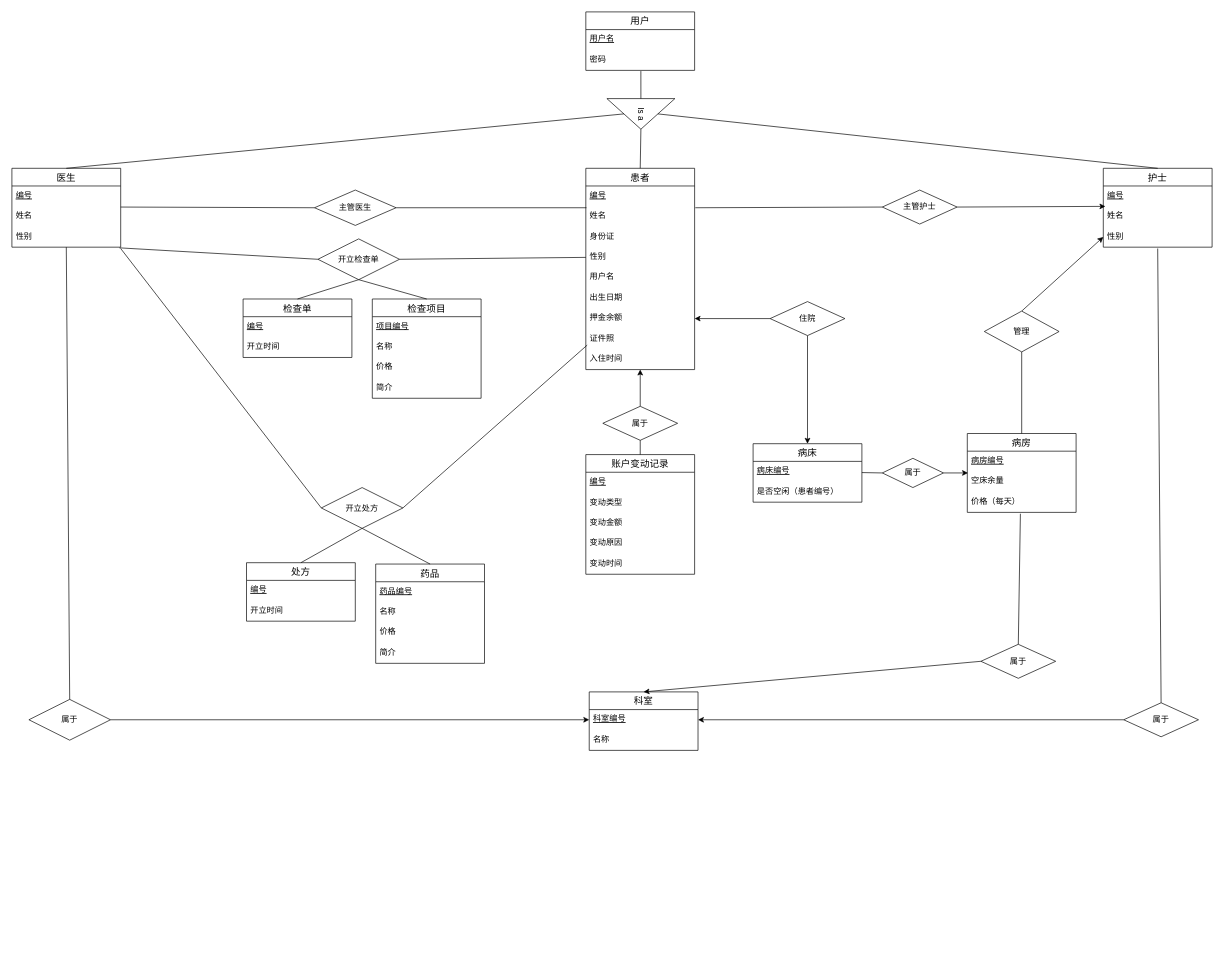
Above: Untitled Diagram.drawio in Zhiwuyazhe1/hello-world (draw.io), before the change. Source tidied: cells renumbered, new cells numbered last; positions are measured from the earlier drawing's top-left corner, leaving out a move shared by most shapes. Both pictures are drawn from the tidied source at 68%, with x=0, y=0 at pixel (12, 12).
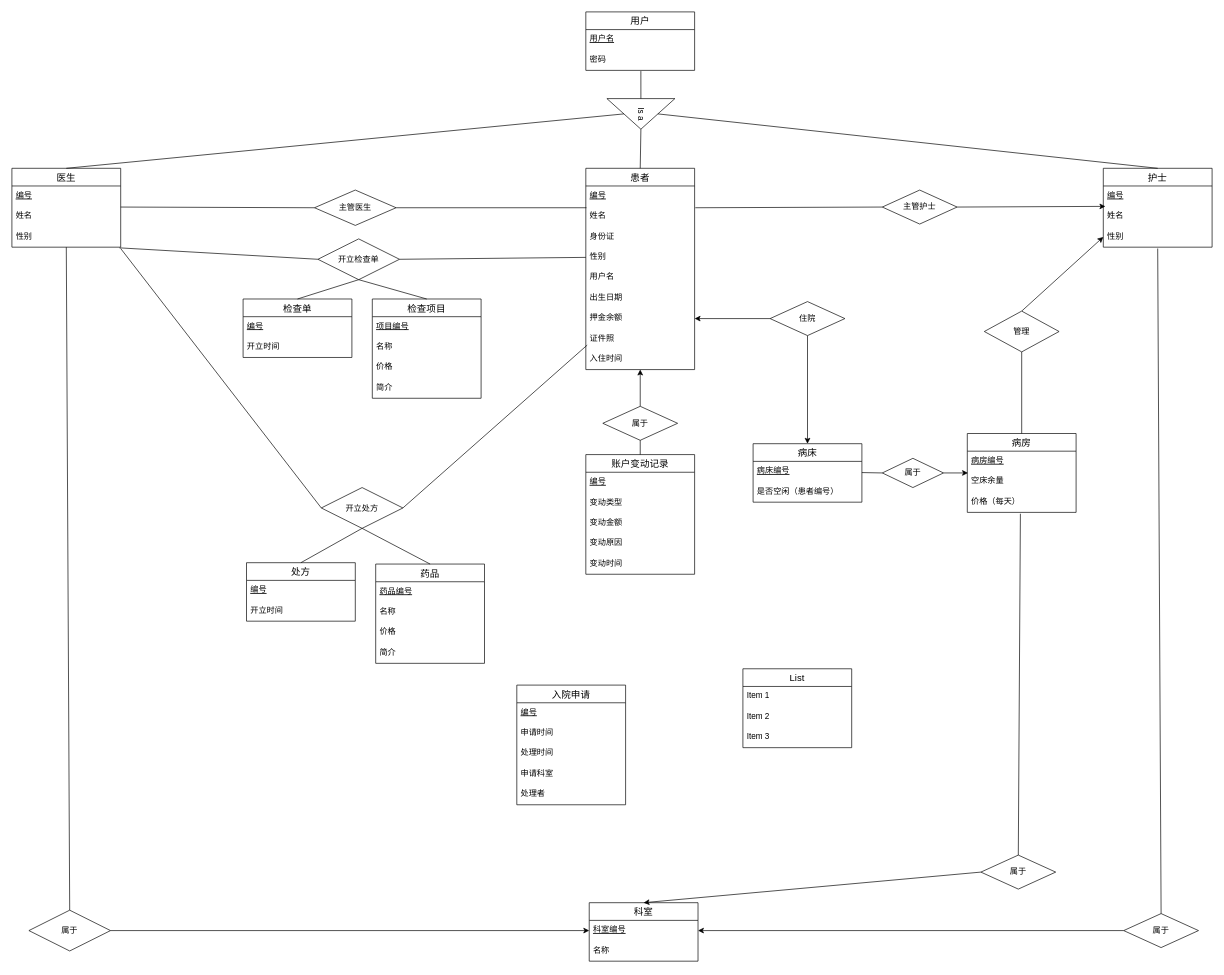
The same diagram, later.

Change to the diagram source:
```diff
@@
     <mxCell id="50" value="科室" style="swimlane;fontStyle=0;horizontal=1;startSize=26;align=center;fontSize=14;" parent="1" vertex="1">
-      <mxGeometry x="849" y="1000" width="160" height="86" as="geometry" />
+      <mxGeometry x="849" y="1310" width="160" height="86" as="geometry" />
     </mxCell>
@@
     <mxCell id="60" value="属于" style="shape=rhombus;perimeter=rhombusPerimeter;whiteSpace=wrap;html=1;align=center;" parent="1" vertex="1">
-      <mxGeometry x="1635" y="1016" width="110" height="50" as="geometry" />
+      <mxGeometry x="1635" y="1326" width="110" height="50" as="geometry" />
     </mxCell>
@@
     <mxCell id="80" value="属于" style="shape=rhombus;perimeter=rhombusPerimeter;whiteSpace=wrap;html=1;align=center;" parent="1" vertex="1">
-      <mxGeometry x="25" y="1011" width="120" height="60" as="geometry" />
+      <mxGeometry x="25" y="1321" width="120" height="60" as="geometry" />
     </mxCell>
@@
     <mxCell id="95" value="属于" style="shape=rhombus;perimeter=rhombusPerimeter;whiteSpace=wrap;html=1;align=center;" parent="1" vertex="1">
-      <mxGeometry x="1425" y="930" width="110" height="50" as="geometry" />
+      <mxGeometry x="1425" y="1240" width="110" height="50" as="geometry" />
     </mxCell>
@@
+    <mxCell id="97" value="List" style="swimlane;fontStyle=0;horizontal=1;startSize=26;align=center;fontSize=14;" parent="1" vertex="1">
+      <mxGeometry x="1075" y="966" width="160" height="116" as="geometry" />
+    </mxCell>
+    <mxCell id="98" value="Item 1" style="text;strokeColor=none;fillColor=none;spacingLeft=4;spacingRight=4;overflow=hidden;fontSize=12;" parent="97" vertex="1">
+      <mxGeometry y="26" width="160" height="30" as="geometry" />
+    </mxCell>
+    <mxCell id="99" value="Item 2" style="text;strokeColor=none;fillColor=none;spacingLeft=4;spacingRight=4;overflow=hidden;fontSize=12;" parent="97" vertex="1">
+      <mxGeometry y="56" width="160" height="30" as="geometry" />
+    </mxCell>
+    <mxCell id="100" value="Item 3" style="text;strokeColor=none;fillColor=none;spacingLeft=4;spacingRight=4;overflow=hidden;fontSize=12;" parent="97" vertex="1">
+      <mxGeometry y="86" width="160" height="30" as="geometry" />
+    </mxCell>
+    <mxCell id="101" value="入院申请" style="swimlane;fontStyle=0;horizontal=1;startSize=26;align=center;fontSize=14;" parent="1" vertex="1">
+      <mxGeometry x="742.5" y="990" width="160" height="176" as="geometry" />
+    </mxCell>
+    <mxCell id="102" value="编号" style="text;strokeColor=none;fillColor=none;spacingLeft=4;spacingRight=4;overflow=hidden;fontSize=12;fontStyle=4;" parent="101" vertex="1">
+      <mxGeometry y="26" width="160" height="30" as="geometry" />
+    </mxCell>
+    <mxCell id="103" value="申请时间" style="text;strokeColor=none;fillColor=none;spacingLeft=4;spacingRight=4;overflow=hidden;fontSize=12;" parent="101" vertex="1">
+      <mxGeometry y="56" width="160" height="30" as="geometry" />
+    </mxCell>
+    <mxCell id="104" value="处理时间" style="text;strokeColor=none;fillColor=none;spacingLeft=4;spacingRight=4;overflow=hidden;fontSize=12;" parent="101" vertex="1">
+      <mxGeometry y="86" width="160" height="30" as="geometry" />
+    </mxCell>
+    <mxCell id="105" value="申请科室" style="text;strokeColor=none;fillColor=none;spacingLeft=4;spacingRight=4;overflow=hidden;fontSize=12;" parent="101" vertex="1">
+      <mxGeometry y="116" width="160" height="30" as="geometry" />
+    </mxCell>
+    <mxCell id="106" value="处理者" style="text;strokeColor=none;fillColor=none;spacingLeft=4;spacingRight=4;overflow=hidden;fontSize=12;" parent="101" vertex="1">
+      <mxGeometry y="146" width="160" height="30" as="geometry" />
+    </mxCell>
```
